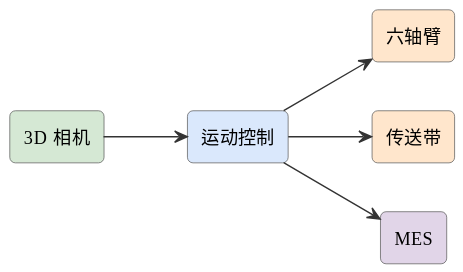
Above: assets/diagrams/ideas-fig92.svg in mingyi0818/IntelligentMcuCourse (PlantUML), before the change.
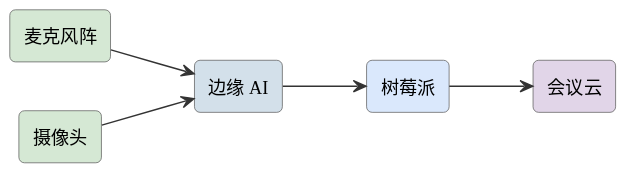
Above is the later version.

What changed in the source:
```diff
@@ -6,13 +6,13 @@
 skinparam arrowFontSize 11
 skinparam arrowColor #333
 left to right direction
-rectangle "3D 相机" as cam3 #d5e8d4
-rectangle "运动控制" as ctrl #dae8fc
-rectangle "六轴臂" as arm #ffe6cc
-rectangle "传送带" as conv #ffe6cc
-rectangle "MES" as mes #e1d5e8
-cam3 --> ctrl
-ctrl --> arm
-ctrl --> conv
-ctrl --> mes
+rectangle "麦克风阵" as mic #d5e8d4
+rectangle "摄像头" as cam #d5e8d4
+rectangle "边缘 AI" as ai #d3e0ea
+rectangle "树莓派" as pi #dae8fc
+rectangle "会议云" as cloud #e1d5e8
+mic --> ai
+cam --> ai
+ai --> pi
+pi --> cloud
 @enduml
```
